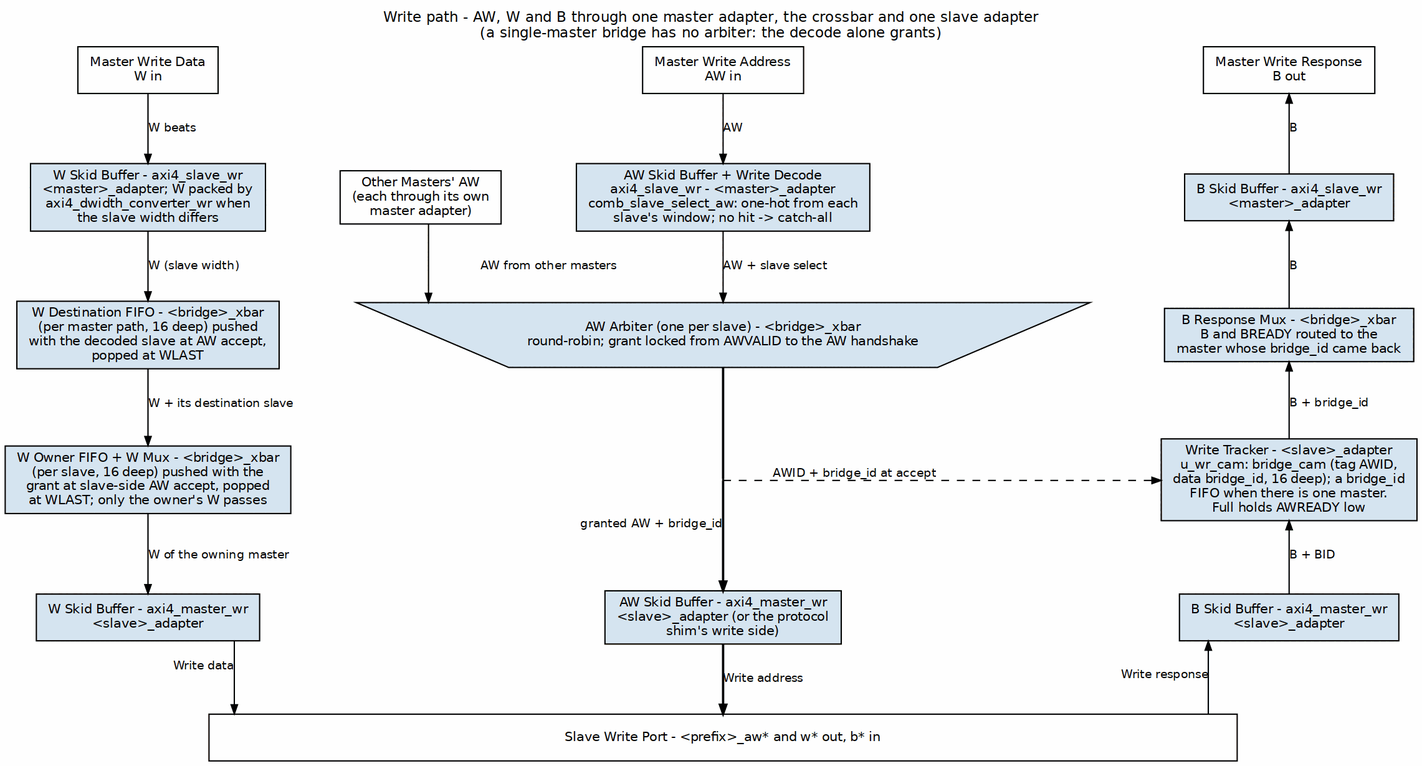
Before: projects/components/fabric-gen-ip/bridge/docs/bridge_has/assets/graphviz/write_path_flow.png, a diagram exported from Graphviz (sean-galloway/RTLDesignSherpa). Its source is kept beside it as projects/components/fabric-gen-ip/bridge/docs/bridge_has/assets/graphviz/write_path_flow.dot.
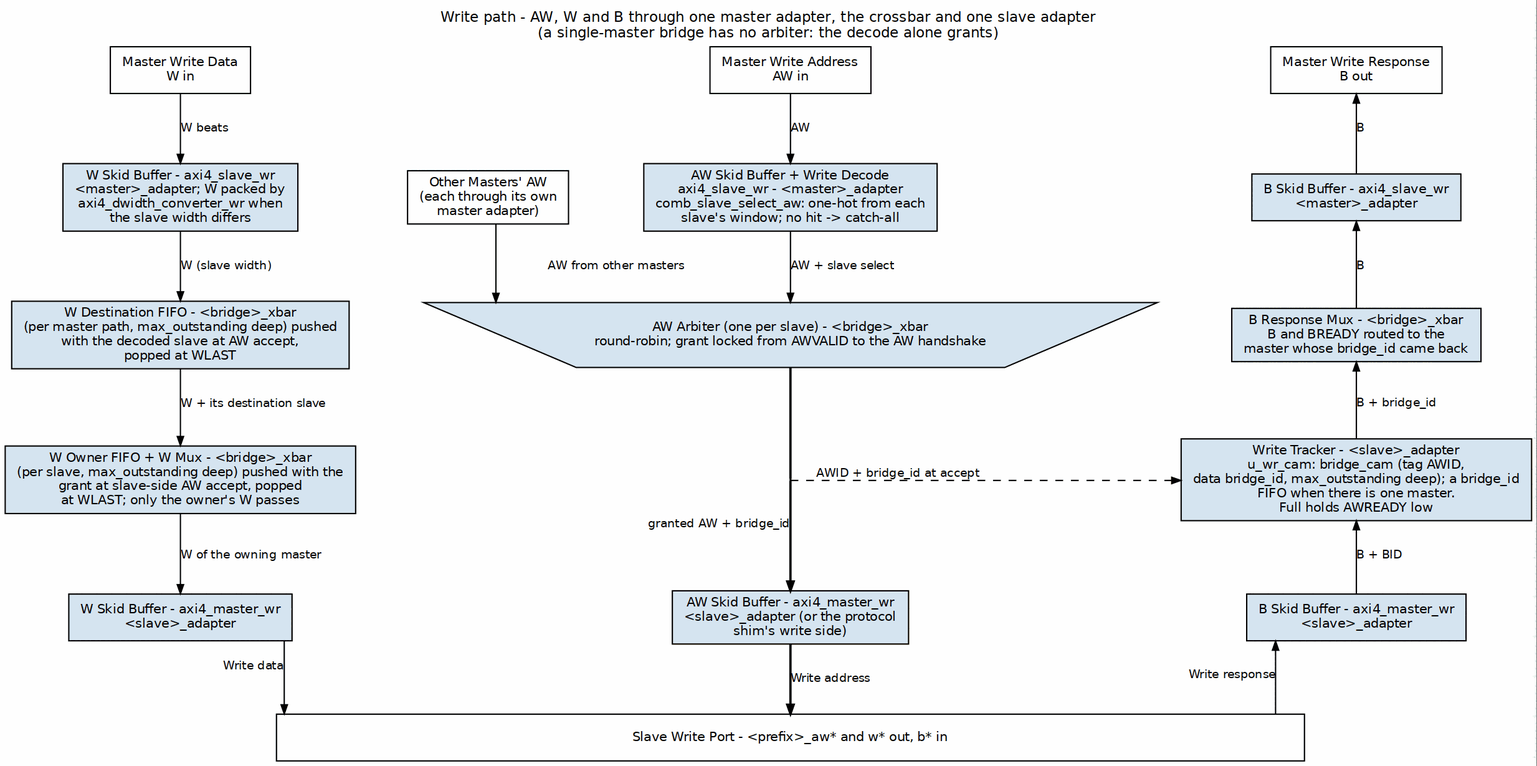
The same diagram one commit later.

What changed in the source:
```diff
@@ -17,14 +17,14 @@
     mR [label="B Skid Buffer - axi4_slave_wr\n<master>_adapter", group=R];
     { rank=same; mW; others; mC; mR; }
     mW -> others -> mC -> mR [style=invis];
-    wdest [label="W Destination FIFO - <bridge>_xbar\n(per master path, 16 deep) pushed\nwith the decoded slave at AW accept,\npopped at WLAST", group=L];
+    wdest [label="W Destination FIFO - <bridge>_xbar\n(per master path, max_outstanding deep) pushed\nwith the decoded slave at AW accept,\npopped at WLAST", group=L];
     arb [label="AW Arbiter (one per slave) - <bridge>_xbar\nround-robin; grant locked from AWVALID to the AW handshake", shape=invtrapezium, width=6.4, height=0.7, group=C];
     rmux [label="B Response Mux - <bridge>_xbar\nB and BREADY routed to the\nmaster whose bridge_id came back", group=R];
     { rank=same; wdest; arb; rmux; }
     wdest -> arb -> rmux [style=invis];
-    wown [label="W Owner FIFO + W Mux - <bridge>_xbar\n(per slave, 16 deep) pushed with the\ngrant at slave-side AW accept, popped\nat WLAST; only the owner's W passes", group=L];
+    wown [label="W Owner FIFO + W Mux - <bridge>_xbar\n(per slave, max_outstanding deep) pushed with the\ngrant at slave-side AW accept, popped\nat WLAST; only the owner's W passes", group=L];
     pc3 [shape=point, width=0.01, label="", group=C];
-    trk [label="Write Tracker - <slave>_adapter\nu_wr_cam: bridge_cam (tag AWID,\ndata bridge_id, 16 deep); a bridge_id\nFIFO when there is one master.\nFull holds AWREADY low", group=R];
+    trk [label="Write Tracker - <slave>_adapter\nu_wr_cam: bridge_cam (tag AWID,\ndata bridge_id, max_outstanding deep); a bridge_id\nFIFO when there is one master.\nFull holds AWREADY low", group=R];
     { rank=same; wown; pc3; trk; }
     wown -> pc3 [style=invis];
     sW [label="W Skid Buffer - axi4_master_wr\n<slave>_adapter", group=L];
```
